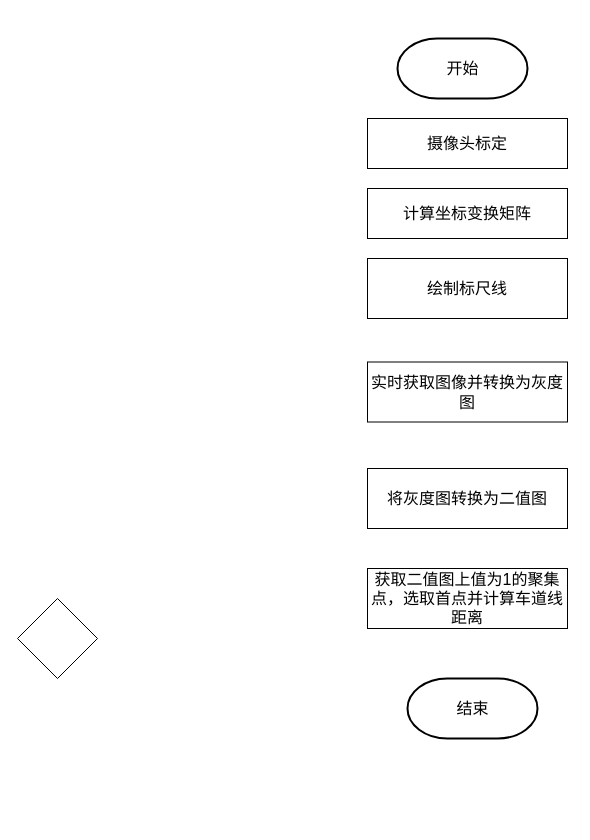
huanyu1991/Angular-Learn keeps this draw.io diagram as 未命名绘图.drawio. Above is the earlier version. Source tidied: cells renumbered, new cells numbered last; positions are measured from the earlier drawing's top-left corner, leaving out a move shared by most shapes. Both pictures are drawn from the tidied source at 100%, with x=0, y=0 at pixel (17, 38).
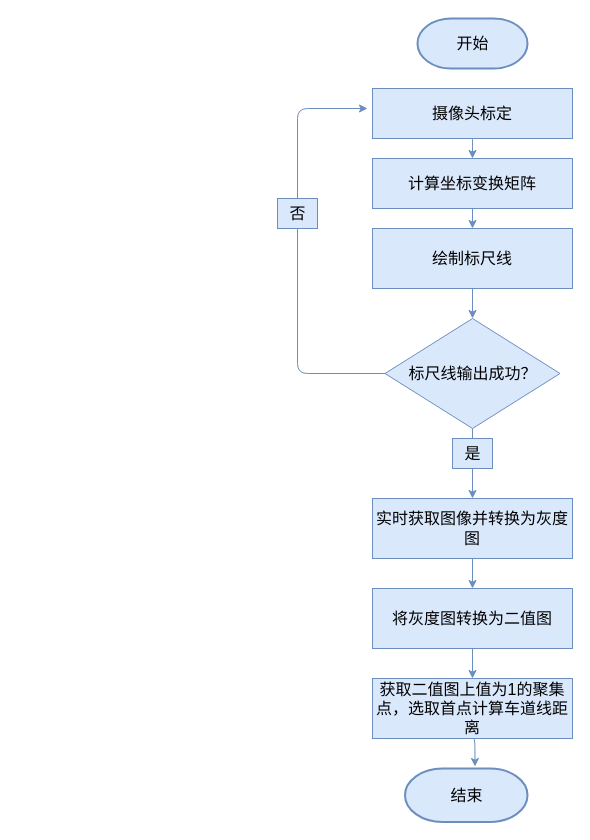
After the change.

Commit message:
更新未命名绘图.drawio

The edit, as a diff of the source:
```diff
@@
-    <mxCell id="2" value="&lt;font style=&quot;font-size: 16px;&quot;&gt;开始&lt;/font&gt;" style="shape=mxgraph.flowchart.terminator;strokeWidth=2;gradientColor=none;gradientDirection=north;fontStyle=0;html=1;" parent="1" vertex="1">
-      <mxGeometry x="380" width="130" height="60" as="geometry" />
+    <mxCell id="2" value="&lt;font style=&quot;font-size: 16px;&quot;&gt;开始&lt;/font&gt;" style="shape=mxgraph.flowchart.terminator;strokeWidth=2;gradientDirection=north;fontStyle=0;html=1;fillColor=#dae8fc;strokeColor=#6c8ebf;" parent="1" vertex="1">
+      <mxGeometry x="400" y="-20" width="110" height="50" as="geometry" />
     </mxCell>
-    <mxCell id="3" value="摄像头标定" style="rounded=0;whiteSpace=wrap;html=1;fontSize=16;" parent="1" vertex="1">
-      <mxGeometry x="350" y="80" width="200" height="50" as="geometry" />
+    <mxCell id="3" value="摄像头标定" style="rounded=0;whiteSpace=wrap;html=1;fontSize=16;fillColor=#dae8fc;strokeColor=#6c8ebf;" parent="1" vertex="1">
+      <mxGeometry x="355" y="50" width="200" height="50" as="geometry" />
     </mxCell>
+    <mxCell id="11" style="edgeStyle=orthogonalEdgeStyle;jettySize=auto;html=1;exitX=0.5;exitY=1;exitDx=0;exitDy=0;entryX=0.5;entryY=0;entryDx=0;entryDy=0;strokeWidth=1;fontSize=16;fillColor=#dae8fc;strokeColor=#6c8ebf;" parent="1" edge="1" source="4" target="5">
+      <mxGeometry relative="1" as="geometry" />
+    </mxCell>
-    <mxCell id="4" value="计算坐标变换矩阵" style="rounded=0;whiteSpace=wrap;html=1;fontSize=16;" parent="1" vertex="1">
-      <mxGeometry x="350" y="150" width="200" height="50" as="geometry" />
+    <mxCell id="4" value="计算坐标变换矩阵" style="rounded=0;whiteSpace=wrap;html=1;fontSize=16;fillColor=#dae8fc;strokeColor=#6c8ebf;" parent="1" vertex="1">
+      <mxGeometry x="355" y="120" width="200" height="50" as="geometry" />
     </mxCell>
+    <mxCell id="12" style="edgeStyle=orthogonalEdgeStyle;jettySize=auto;html=1;exitX=0.5;exitY=1;exitDx=0;exitDy=0;entryX=0.5;entryY=0;entryDx=0;entryDy=0;strokeWidth=1;fontSize=16;fillColor=#dae8fc;strokeColor=#6c8ebf;" parent="1" edge="1" source="5" target="10">
+      <mxGeometry relative="1" as="geometry" />
+    </mxCell>
-    <mxCell id="5" value="绘制标尺线" style="rounded=0;whiteSpace=wrap;html=1;fontSize=16;" parent="1" vertex="1">
-      <mxGeometry x="350" y="220" width="200" height="60" as="geometry" />
+    <mxCell id="5" value="绘制标尺线" style="rounded=0;whiteSpace=wrap;html=1;fontSize=16;fillColor=#dae8fc;strokeColor=#6c8ebf;" parent="1" vertex="1">
+      <mxGeometry x="355" y="190" width="200" height="60" as="geometry" />
     </mxCell>
+    <mxCell id="13" style="edgeStyle=orthogonalEdgeStyle;jettySize=auto;html=1;exitX=0.5;exitY=1;exitDx=0;exitDy=0;entryX=0.5;entryY=0;entryDx=0;entryDy=0;strokeWidth=1;fontSize=16;fillColor=#dae8fc;strokeColor=#6c8ebf;" parent="1" edge="1" source="6" target="7">
+      <mxGeometry relative="1" as="geometry" />
+    </mxCell>
-    <mxCell id="6" value="实时获取图像并转换为灰度图" style="rounded=0;whiteSpace=wrap;html=1;fontSize=16;" parent="1" vertex="1">
-      <mxGeometry x="350" y="323.5" width="200" height="60" as="geometry" />
+    <mxCell id="6" value="实时获取图像并转换为灰度图" style="rounded=0;whiteSpace=wrap;html=1;fontSize=16;fillColor=#dae8fc;strokeColor=#6c8ebf;" parent="1" vertex="1">
+      <mxGeometry x="355" y="460" width="200" height="60" as="geometry" />
     </mxCell>
+    <mxCell id="14" style="edgeStyle=orthogonalEdgeStyle;jettySize=auto;html=1;exitX=0.5;exitY=1;exitDx=0;exitDy=0;entryX=0.5;entryY=0;entryDx=0;entryDy=0;strokeWidth=1;fontSize=16;fillColor=#dae8fc;strokeColor=#6c8ebf;" parent="1" edge="1" source="7" target="8">
+      <mxGeometry relative="1" as="geometry" />
+    </mxCell>
-    <mxCell id="7" value="将灰度图转换为二值图" style="rounded=0;whiteSpace=wrap;html=1;fontSize=16;" parent="1" vertex="1">
-      <mxGeometry x="350" y="430" width="200" height="60" as="geometry" />
+    <mxCell id="7" value="将灰度图转换为二值图" style="rounded=0;whiteSpace=wrap;html=1;fontSize=16;fillColor=#dae8fc;strokeColor=#6c8ebf;" parent="1" vertex="1">
+      <mxGeometry x="355" y="550" width="200" height="60" as="geometry" />
     </mxCell>
+    <mxCell id="15" style="edgeStyle=orthogonalEdgeStyle;jettySize=auto;html=1;exitX=0.5;exitY=1;exitDx=0;exitDy=0;entryX=0.571;entryY=-0.037;entryDx=0;entryDy=0;entryPerimeter=0;strokeWidth=1;fontSize=16;fillColor=#dae8fc;strokeColor=#6c8ebf;" parent="1" edge="1" source="8" target="9">
+      <mxGeometry relative="1" as="geometry" />
+    </mxCell>
-    <mxCell id="8" value="获取二值图上值为1的聚集点，选取首点并计算车道线距离" style="rounded=0;whiteSpace=wrap;html=1;fontSize=16;" parent="1" vertex="1">
-      <mxGeometry x="350" y="530" width="200" height="60" as="geometry" />
+    <mxCell id="8" value="获取二值图上值为1的聚集点，选取首点计算车道线距离" style="rounded=0;whiteSpace=wrap;html=1;fontSize=16;fillColor=#dae8fc;strokeColor=#6c8ebf;" parent="1" vertex="1">
+      <mxGeometry x="355" y="640" width="200" height="60" as="geometry" />
     </mxCell>
-    <mxCell id="9" value="&lt;font style=&quot;font-size: 16px;&quot;&gt;结束&lt;/font&gt;" style="shape=mxgraph.flowchart.terminator;strokeWidth=2;gradientColor=none;gradientDirection=north;fontStyle=0;html=1;" parent="1" vertex="1">
-      <mxGeometry x="390" y="640" width="130" height="60" as="geometry" />
+    <mxCell id="9" value="&lt;font style=&quot;font-size: 16px;&quot;&gt;结束&lt;/font&gt;" style="shape=mxgraph.flowchart.terminator;strokeWidth=2;gradientDirection=north;fontStyle=0;html=1;fillColor=#dae8fc;strokeColor=#6c8ebf;" parent="1" vertex="1">
+      <mxGeometry x="387.5" y="730" width="122.5" height="53.5" as="geometry" />
     </mxCell>
+    <mxCell id="16" style="edgeStyle=orthogonalEdgeStyle;jettySize=auto;html=1;fontSize=16;fontStyle=1;strokeWidth=1;startArrow=none;fillColor=#dae8fc;strokeColor=#6c8ebf;" parent="1" edge="1" source="19">
+      <mxGeometry relative="1" as="geometry">
+        <mxPoint x="350" y="70" as="targetPoint" />
+        <Array as="points">
+          <mxPoint x="280" y="70" />
+        </Array>
+      </mxGeometry>
+    </mxCell>
+    <mxCell id="17" style="edgeStyle=orthogonalEdgeStyle;jettySize=auto;html=1;exitX=0.5;exitY=1;exitDx=0;exitDy=0;entryX=0.5;entryY=0;entryDx=0;entryDy=0;strokeWidth=1;fontSize=16;startArrow=none;fillColor=#dae8fc;strokeColor=#6c8ebf;" parent="1" edge="1" source="21" target="6">
+      <mxGeometry relative="1" as="geometry" />
+    </mxCell>
-    <mxCell id="10" style="rhombus;whiteSpace=wrap;html=1;fontSize=16;" parent="1" vertex="1">
-      <mxGeometry y="560" width="80" height="80" as="geometry" />
+    <mxCell id="10" value="标尺线输出成功？" style="rhombus;whiteSpace=wrap;html=1;fontSize=16;fillColor=#dae8fc;strokeColor=#6c8ebf;" parent="1" vertex="1">
+      <mxGeometry x="367.5" y="280" width="175" height="110" as="geometry" />
     </mxCell>
+    <mxCell id="18" style="endArrow=classic;html=1;fontSize=16;curved=1;exitX=0.5;exitY=1;exitDx=0;exitDy=0;fillColor=#dae8fc;strokeColor=#6c8ebf;" parent="1" edge="1" source="3" target="4">
+      <mxGeometry relative="1" as="geometry" />
+    </mxCell>
+    <mxCell id="19" value="否" style="text;html=1;align=center;verticalAlign=middle;points=[];fillColor=#dae8fc;strokeColor=#6c8ebf;rounded=0;fontSize=16;" parent="1" vertex="1">
+      <mxGeometry x="260" y="160" width="40" height="30" as="geometry" />
+    </mxCell>
+    <mxCell id="20" style="edgeStyle=orthogonalEdgeStyle;jettySize=auto;html=1;fontSize=16;fontStyle=1;strokeWidth=1;endArrow=none;fillColor=#dae8fc;strokeColor=#6c8ebf;" parent="1" edge="1" source="10" target="19">
+      <mxGeometry relative="1" as="geometry">
+        <Array as="points">
+          <mxPoint x="280" y="335" />
+        </Array>
+      </mxGeometry>
+    </mxCell>
+    <mxCell id="21" value="是" style="text;html=1;align=center;verticalAlign=middle;points=[];fillColor=#dae8fc;strokeColor=#6c8ebf;rounded=0;fontSize=16;" parent="1" vertex="1">
+      <mxGeometry x="435" y="400" width="40" height="30" as="geometry" />
+    </mxCell>
+    <mxCell id="22" style="edgeStyle=orthogonalEdgeStyle;jettySize=auto;html=1;exitX=0.5;exitY=1;exitDx=0;exitDy=0;entryX=0.5;entryY=0;entryDx=0;entryDy=0;strokeWidth=1;fontSize=16;endArrow=none;fillColor=#dae8fc;strokeColor=#6c8ebf;" parent="1" edge="1" source="10" target="21">
+      <mxGeometry relative="1" as="geometry" />
+    </mxCell>
```
